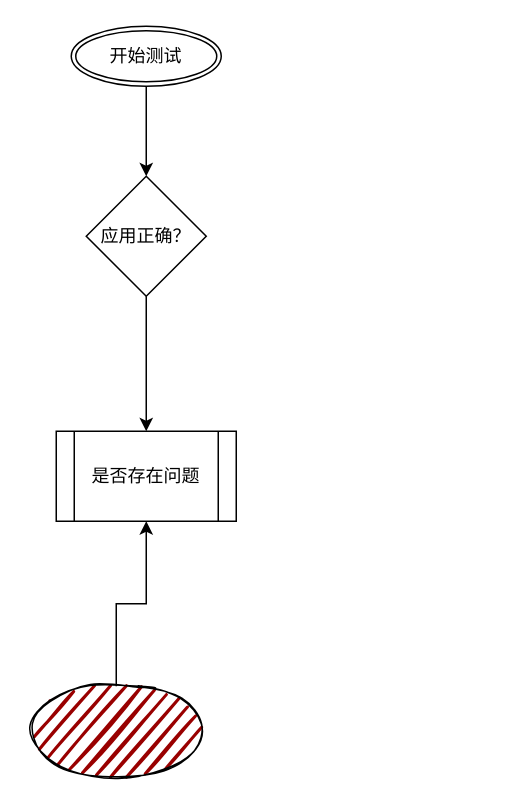
Peter1qaz2wsx/flow_chart- keeps this draw.io diagram as Untitled Diagram.drawio. Above is the earlier version. Source tidied: cells renumbered, new cells numbered last; positions are measured from the earlier drawing's top-left corner, leaving out a move shared by most shapes. Both pictures are drawn from the tidied source at 150%, with x=0, y=0 at pixel (26, 26).
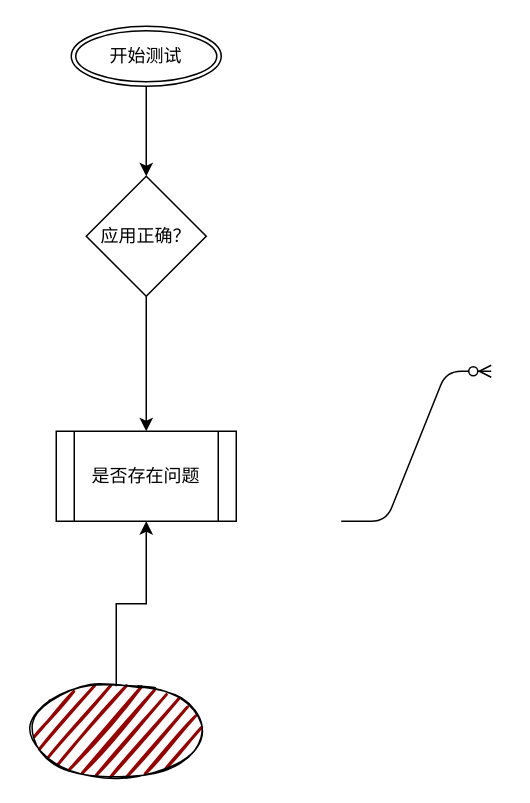
The same diagram, later.

What changed in the source:
```diff
@@
 <mxGraphModel>
   <root>
     <mxCell id="0" />
     <mxCell id="1" parent="0" />
     <mxCell id="2" style="edgeStyle=orthogonalEdgeStyle;rounded=0;jettySize=auto;html=1;" parent="1" edge="1" source="3" target="8">
       <mxGeometry relative="1" as="geometry" />
     </mxCell>
     <mxCell id="3" style="ellipse;whiteSpace=wrap;html=1;strokeWidth=1;fillWeight=2;hachureGap=8;fillColor=#990000;fillStyle=dots;sketch=1;" parent="1" vertex="1">
       <mxGeometry y="440" width="120" height="60" as="geometry" />
     </mxCell>
     <mxCell id="4" style="edgeStyle=orthogonalEdgeStyle;rounded=0;jettySize=auto;html=1;" parent="1" edge="1" source="5" target="7">
       <mxGeometry relative="1" as="geometry" />
     </mxCell>
     <mxCell id="5" value="开始测试" style="ellipse;shape=doubleEllipse;margin=3;whiteSpace=wrap;html=1;align=center;" parent="1" vertex="1">
       <mxGeometry x="30" width="100" height="40" as="geometry" />
     </mxCell>
     <mxCell id="6" style="edgeStyle=orthogonalEdgeStyle;rounded=0;jettySize=auto;html=1;" parent="1" edge="1" source="7" target="8">
       <mxGeometry relative="1" as="geometry" />
     </mxCell>
     <mxCell id="7" value="应用正确？" style="rhombus;whiteSpace=wrap;html=1;" parent="1" vertex="1">
       <mxGeometry x="40" y="100" width="80" height="80" as="geometry" />
     </mxCell>
     <mxCell id="8" value="是否存在问题" style="shape=process;whiteSpace=wrap;html=1;backgroundOutline=1;" parent="1" vertex="1">
       <mxGeometry x="20" y="270" width="120" height="60" as="geometry" />
     </mxCell>
+    <mxCell id="9" style="edgeStyle=entityRelationEdgeStyle;fontSize=12;html=1;endArrow=ERzeroToMany;endFill=1;" parent="1" edge="1">
+      <mxGeometry relative="1" as="geometry">
+        <mxPoint x="210" y="330" as="sourcePoint" />
+        <mxPoint x="310" y="230" as="targetPoint" />
+      </mxGeometry>
+    </mxCell>
   </root>
 </mxGraphModel>
```
